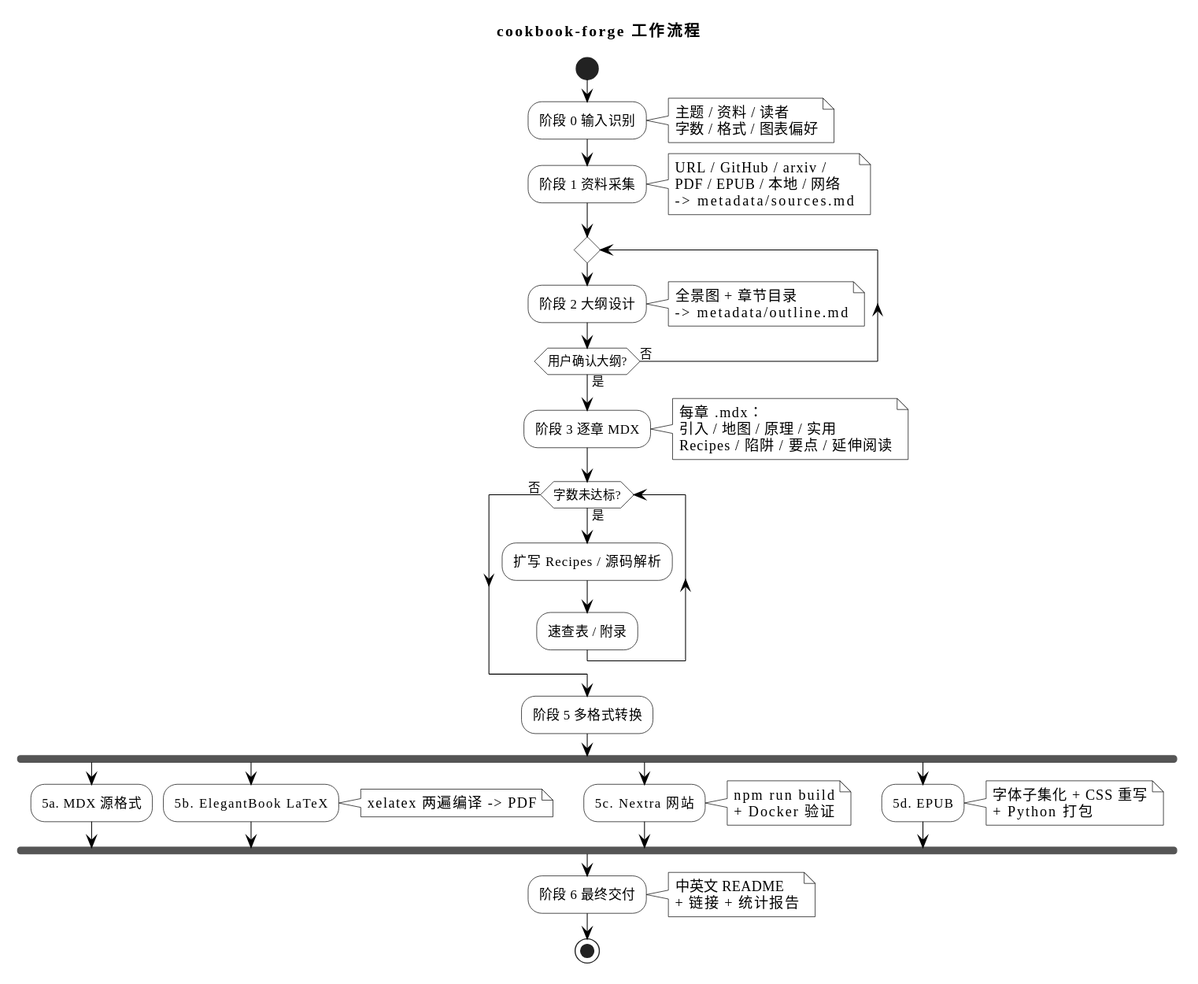
The PlantUML diagram assets/diagrams/workflow-cn.svg in samonysh/cookbook-forge, before a commit.
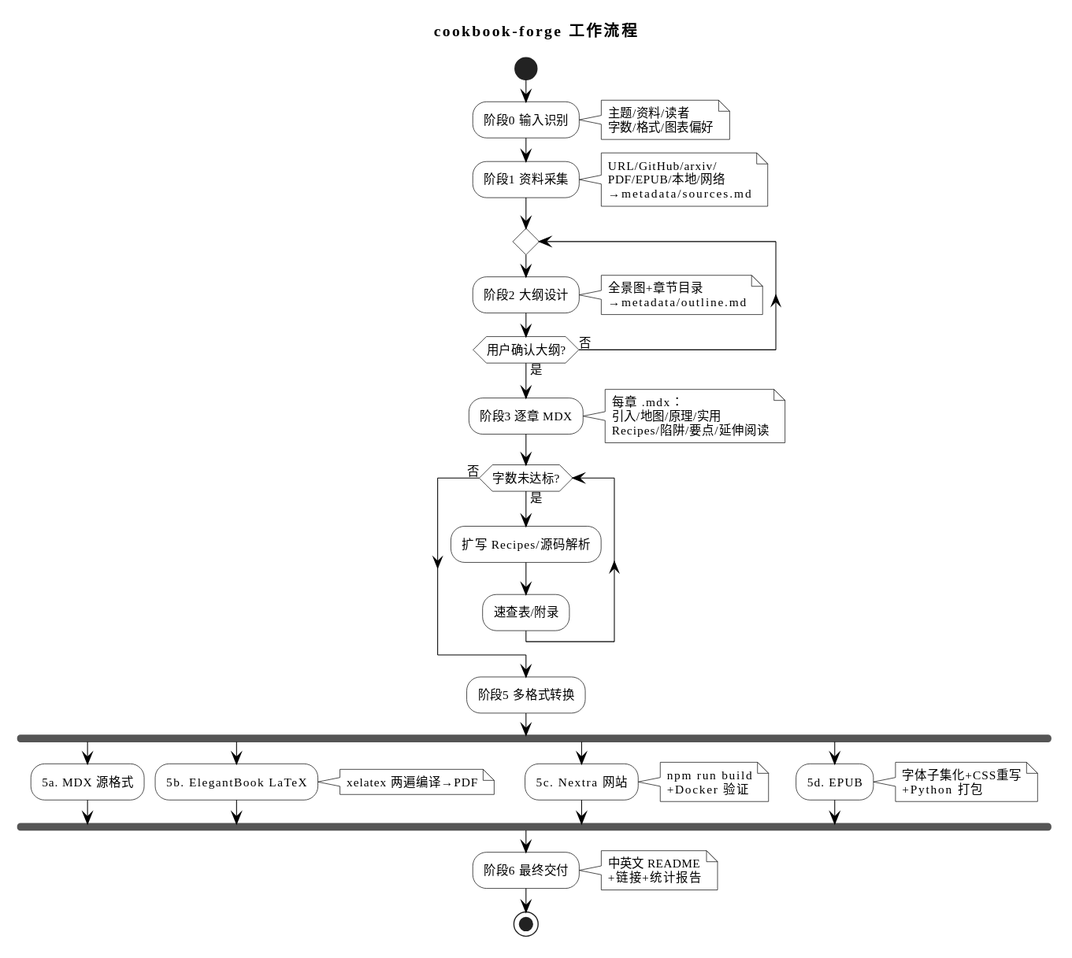
Later version of the same file.

Change to the diagram source:
```diff
@@ -4,6 +4,7 @@
 skinparam backgroundColor #FFFFFF
 skinparam defaultFontColor #000000
 skinparam defaultFontName "WenQuanYi Micro Hei"
+skinparam defaultFontSize 11
 skinparam NoteBackgroundColor #FFFFFF
 skinparam NoteBorderColor #000000
 skinparam ActivityBackgroundColor #FFFFFF
@@ -17,59 +18,59 @@
 title cookbook-forge 工作流程
 
 start
-:阶段 0 输入识别;
+:阶段0 输入识别;
 note right
-  主题 / 资料 / 读者
-  字数 / 格式 / 图表偏好
+  主题/资料/读者
+  字数/格式/图表偏好
 end note
-:阶段 1 资料采集;
+:阶段1 资料采集;
 note right
-  URL / GitHub / arxiv /
-  PDF / EPUB / 本地 / 网络
-  -> metadata/sources.md
+  URL/GitHub/arxiv/
+  PDF/EPUB/本地/网络
+  →metadata/sources.md
 end note
 repeat
-  :阶段 2 大纲设计;
+  :阶段2 大纲设计;
   note right
-    全景图 + 章节目录
-    -> metadata/outline.md
+    全景图+章节目录
+    →metadata/outline.md
   end note
 repeat while (用户确认大纲?) is (否) not (是)
-:阶段 3 逐章 MDX;
+:阶段3 逐章 MDX;
 note right
   每章 .mdx：
-  引入 / 地图 / 原理 / 实用
-  Recipes / 陷阱 / 要点 / 延伸阅读
+  引入/地图/原理/实用
+  Recipes/陷阱/要点/延伸阅读
 end note
 while (字数未达标?) is (是)
-  :扩写 Recipes / 源码解析;
-  :速查表 / 附录;
+  :扩写 Recipes/源码解析;
+  :速查表/附录;
 endwhile (否)
-:阶段 5 多格式转换;
+:阶段5 多格式转换;
 fork
   :5a. MDX 源格式;
 fork again
   :5b. ElegantBook LaTeX;
   note right
-    xelatex 两遍编译 -> PDF
+    xelatex 两遍编译→PDF
   end note
 fork again
   :5c. Nextra 网站;
   note right
     npm run build
-    + Docker 验证
+    +Docker 验证
   end note
 fork again
   :5d. EPUB;
   note right
-    字体子集化 + CSS 重写
-    + Python 打包
+    字体子集化+CSS重写
+    +Python 打包
   end note
 end fork
-:阶段 6 最终交付;
+:阶段6 最终交付;
 note right
   中英文 README
-  + 链接 + 统计报告
+  +链接+统计报告
 end note
 stop
 @enduml
```
